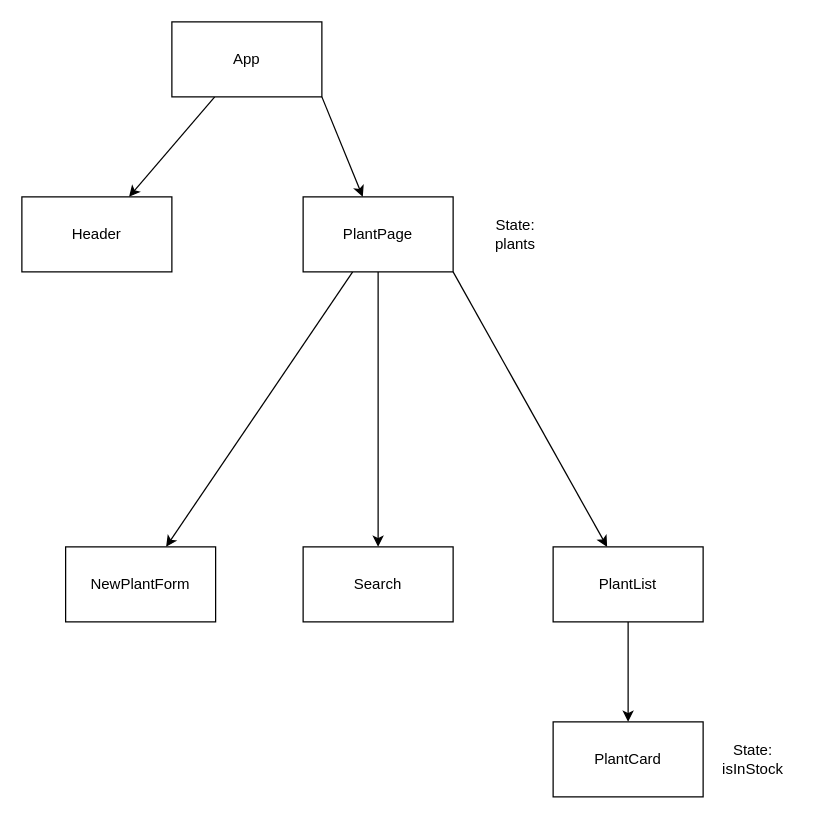
The draw.io diagram src/Hierarchy.drawio in clambiase08/react-hooks-mock-code-challenge-plantshop, before the edit. Source tidied: cells renumbered, new cells numbered last; positions are measured from the earlier drawing's top-left corner, leaving out a move shared by most shapes. Both pictures are drawn from the tidied source at 125%, with x=0, y=0 at pixel (21, 21).
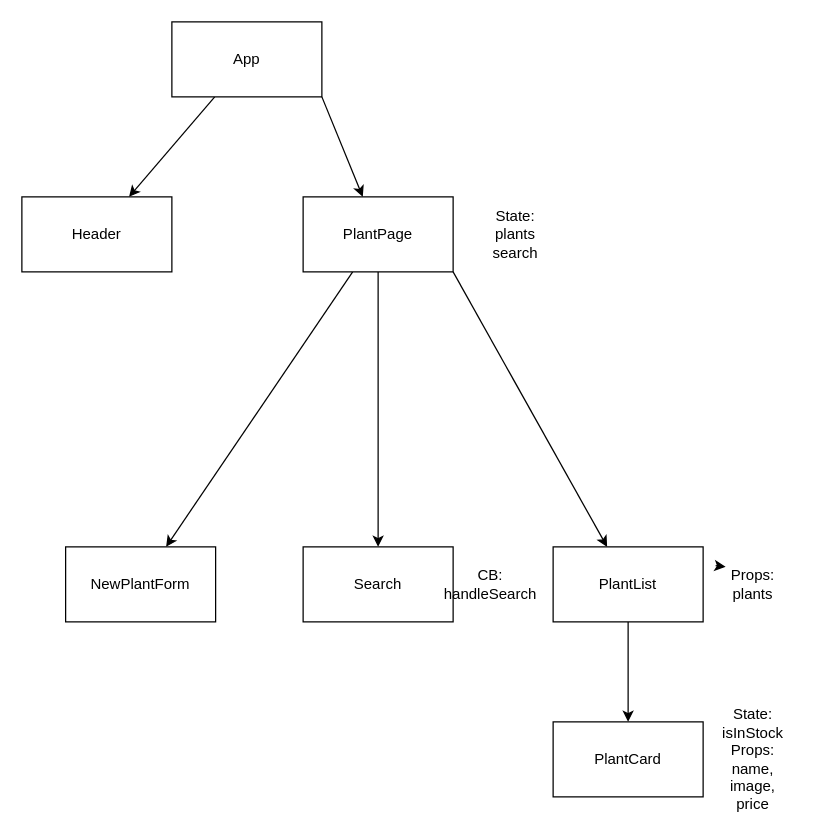
After the change.

Diff of the diagram source:
```diff
@@
 <mxGraphModel>
   <root>
     <mxCell id="0" />
     <mxCell id="1" parent="0" />
     <mxCell id="2" style="edgeStyle=none;html=1;" parent="1" edge="1" source="3" target="5">
       <mxGeometry relative="1" as="geometry" />
     </mxCell>
     <mxCell id="3" value="App" style="whiteSpace=wrap;html=1;" parent="1" vertex="1">
       <mxGeometry x="120" width="120" height="60" as="geometry" />
     </mxCell>
     <mxCell id="4" style="edgeStyle=none;html=1;exitX=1;exitY=1;exitDx=0;exitDy=0;" parent="1" edge="1" source="3" target="7">
       <mxGeometry relative="1" as="geometry" />
     </mxCell>
     <mxCell id="5" value="Header" style="whiteSpace=wrap;html=1;" parent="1" vertex="1">
       <mxGeometry y="140" width="120" height="60" as="geometry" />
     </mxCell>
     <mxCell id="6" style="edgeStyle=none;html=1;" parent="1" edge="1" source="7" target="9">
       <mxGeometry relative="1" as="geometry" />
     </mxCell>
     <mxCell id="7" value="PlantPage" style="whiteSpace=wrap;html=1;" parent="1" vertex="1">
       <mxGeometry x="225" y="140" width="120" height="60" as="geometry" />
     </mxCell>
     <mxCell id="8" style="edgeStyle=none;html=1;exitX=0.5;exitY=1;exitDx=0;exitDy=0;" parent="1" edge="1" source="7" target="11">
       <mxGeometry relative="1" as="geometry" />
     </mxCell>
     <mxCell id="9" value="NewPlantForm" style="whiteSpace=wrap;html=1;" parent="1" vertex="1">
       <mxGeometry x="35" y="420" width="120" height="60" as="geometry" />
     </mxCell>
     <mxCell id="10" style="edgeStyle=none;html=1;exitX=1;exitY=1;exitDx=0;exitDy=0;" parent="1" edge="1" source="7" target="13">
       <mxGeometry relative="1" as="geometry" />
     </mxCell>
     <mxCell id="11" value="Search" style="whiteSpace=wrap;html=1;" parent="1" vertex="1">
       <mxGeometry x="225" y="420" width="120" height="60" as="geometry" />
     </mxCell>
     <mxCell id="12" style="edgeStyle=none;html=1;" parent="1" edge="1" source="13" target="14">
       <mxGeometry relative="1" as="geometry" />
     </mxCell>
     <mxCell id="13" value="PlantList" style="whiteSpace=wrap;html=1;" parent="1" vertex="1">
       <mxGeometry x="425" y="420" width="120" height="60" as="geometry" />
     </mxCell>
     <mxCell id="14" value="PlantCard" style="whiteSpace=wrap;html=1;" parent="1" vertex="1">
       <mxGeometry x="425" y="560" width="120" height="60" as="geometry" />
     </mxCell>
-    <mxCell id="15" value="State: plants" style="text;strokeColor=none;align=center;fillColor=none;html=1;verticalAlign=middle;whiteSpace=wrap;rounded=0;" parent="1" vertex="1">
+    <mxCell id="15" value="State: plants&lt;br&gt;search" style="text;strokeColor=none;align=center;fillColor=none;html=1;verticalAlign=middle;whiteSpace=wrap;rounded=0;" parent="1" vertex="1">
       <mxGeometry x="365" y="155" width="60" height="30" as="geometry" />
     </mxCell>
-    <mxCell id="16" value="State: isInStock" style="text;strokeColor=none;align=center;fillColor=none;html=1;verticalAlign=middle;whiteSpace=wrap;rounded=0;" parent="1" vertex="1">
+    <mxCell id="16" value="State: isInStock&lt;br&gt;Props: name, image, price" style="text;strokeColor=none;align=center;fillColor=none;html=1;verticalAlign=middle;whiteSpace=wrap;rounded=0;" parent="1" vertex="1">
       <mxGeometry x="555" y="575" width="60" height="30" as="geometry" />
     </mxCell>
+    <mxCell id="17" value="CB: handleSearch" style="text;strokeColor=none;align=center;fillColor=none;html=1;verticalAlign=middle;whiteSpace=wrap;rounded=0;" parent="1" vertex="1">
+      <mxGeometry x="345" y="435" width="60" height="30" as="geometry" />
+    </mxCell>
+    <mxCell id="18" value="Props: plants" style="text;strokeColor=none;align=center;fillColor=none;html=1;verticalAlign=middle;whiteSpace=wrap;rounded=0;" parent="1" vertex="1">
+      <mxGeometry x="555" y="435" width="60" height="30" as="geometry" />
+    </mxCell>
+    <mxCell id="19" style="edgeStyle=none;html=1;exitX=0;exitY=0;exitDx=0;exitDy=0;entryX=0.133;entryY=0.033;entryDx=0;entryDy=0;entryPerimeter=0;" parent="1" edge="1" source="18" target="18">
+      <mxGeometry relative="1" as="geometry" />
+    </mxCell>
   </root>
 </mxGraphModel>
```
